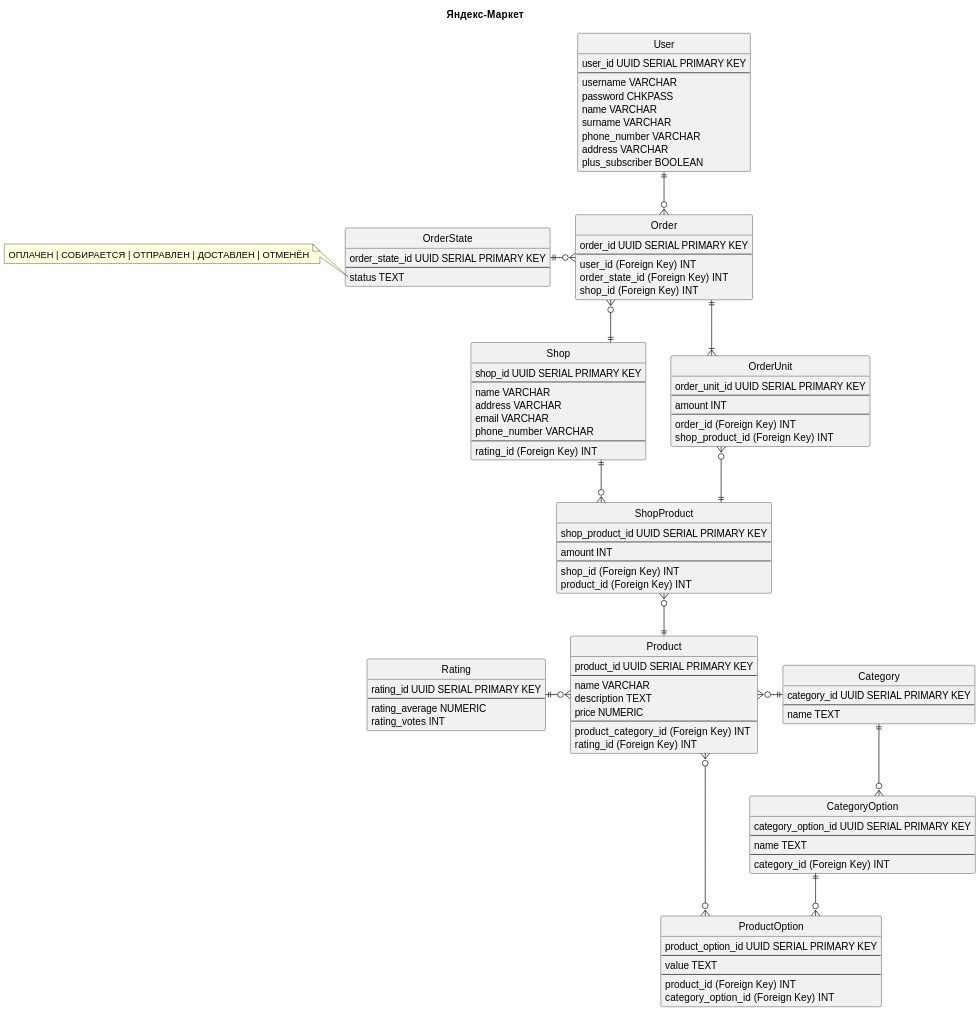
This is images/Lab-1.svg from Telecaster525/DB-Design-ITMO, a PlantUML export, as it was before one commit.
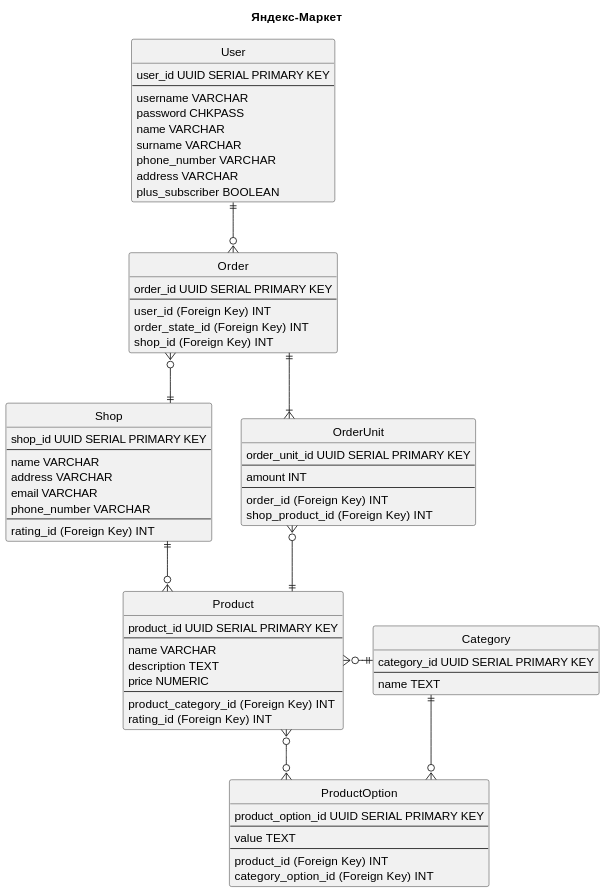
After the commit.

The edit, as a diff of the source:
```diff
@@ -24,16 +24,6 @@
     shop_id (Foreign Key) INT
 }
 
-
-entity OrderState {
-    order_state_id UUID SERIAL PRIMARY KEY
-    --
-    status TEXT
-}
-note left of OrderState::status
-  ОПЛАЧЕН | СОБИРАЕТСЯ | ОТПРАВЛЕН | ДОСТАВЛЕН | ОТМЕНЁН
-end note
-
 entity Shop {
     shop_id UUID SERIAL PRIMARY KEY
     --
@@ -43,15 +33,6 @@
     phone_number VARCHAR
     --
     rating_id (Foreign Key) INT
-}
-
-entity ShopProduct {
-    shop_product_id UUID SERIAL PRIMARY KEY
-    --
-    amount INT
-    --
-    shop_id (Foreign Key) INT
-    product_id (Foreign Key) INT
 }
 
 entity OrderUnit {
@@ -80,14 +61,6 @@
     name TEXT
 }
 
-entity CategoryOption {
-    category_option_id UUID SERIAL PRIMARY KEY
-    --
-    name TEXT
-    --
-    category_id (Foreign Key) INT
-}
-
 entity ProductOption {
     product_option_id UUID SERIAL PRIMARY KEY
     --
@@ -97,23 +70,13 @@
     category_option_id (Foreign Key) INT
 }
 
-entity Rating {
-    rating_id UUID SERIAL PRIMARY KEY
-    --
-    rating_average NUMERIC
-    rating_votes INT
-}
 
 Product }o-right-|| Category
-Product }o-left-|| Rating
-Category ||--o{ CategoryOption
-CategoryOption ||--o{ ProductOption
+Category ||--o{ ProductOption
 ProductOption }o--o{ Product
-Shop ||--o{ ShopProduct
-ShopProduct }o-down-|| Product
+Shop ||--o{ Product
 Order }o--|| Shop
 Order }o-up-|| User
 OrderUnit }|-up-|| Order
-OrderUnit }o--|| ShopProduct
-Order }o-left-|| OrderState
+OrderUnit }o--|| Product
 @enduml
```
